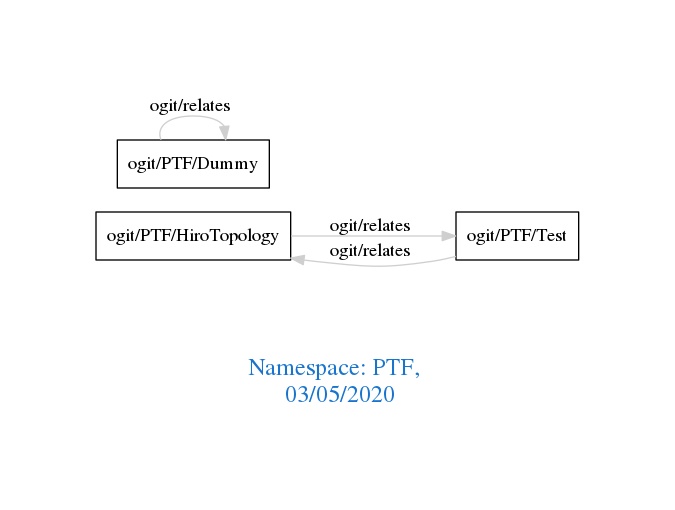
Earlier version of the Graphviz export downloads/PTF.png (arago/OGIT). Its source is kept beside it as downloads/PTF.dot.
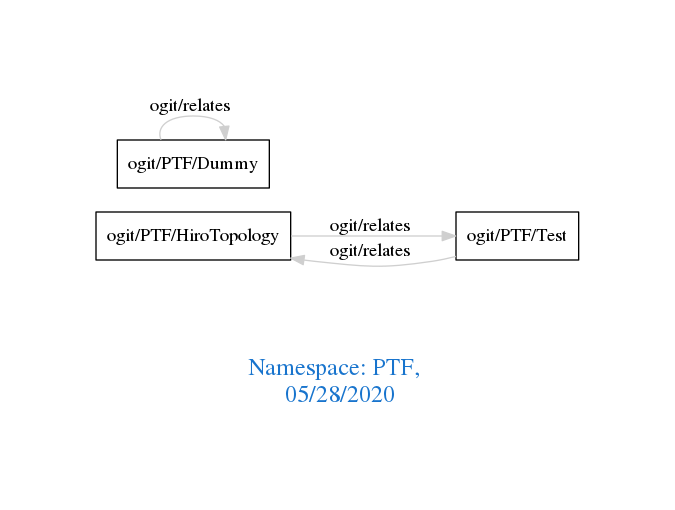
The same diagram one commit later.

Change to the diagram source:
```diff
@@ -1,7 +1,7 @@
 digraph OGIT_ontology {
  graph [ rankdir= LR,pad=1
 fontsize = 18,
-fontcolor= dodgerblue3,label = "\n\n\nNamespace: PTF, \n 03/05/2020"];
+fontcolor= dodgerblue3,label = "\n\n\nNamespace: PTF, \n 05/28/2020"];
 node[shape=polygon];
 edge [  color="gray81"];
 
```
